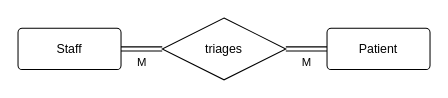
Before: lab09/docs/erd.drawio in TheUncleLake/emergency_waitlist, a draw.io diagram. Source tidied: cells renumbered, new cells numbered last; positions are measured from the earlier drawing's top-left corner, leaving out a move shared by most shapes. Both pictures are drawn from the tidied source at 103%, with x=0, y=0 at pixel (18, 18).
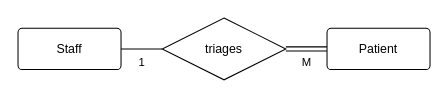
The same page after the edit.

Commit message (it also covers changes not shown here):
fixed the erd, and listed attributes

The edit, as a diff of the source:
```diff
@@
 <mxGraphModel>
   <root>
     <mxCell id="0" />
     <mxCell id="1" parent="0" />
     <mxCell id="2" value="Patient" style="rounded=1;arcSize=10;whiteSpace=wrap;html=1;align=center;" parent="1" vertex="1">
       <mxGeometry x="300" y="10" width="100" height="40" as="geometry" />
     </mxCell>
     <mxCell id="3" value="Staff" style="rounded=1;arcSize=10;whiteSpace=wrap;html=1;align=center;" parent="1" vertex="1">
       <mxGeometry y="10" width="100" height="40" as="geometry" />
     </mxCell>
     <mxCell id="4" value="M" style="edgeStyle=orthogonalEdgeStyle;rounded=0;jettySize=auto;html=1;entryX=0;entryY=0.5;entryDx=0;entryDy=0;shape=link;verticalAlign=top;" parent="1" edge="1" source="6" target="2">
       <mxGeometry relative="1" as="geometry" />
     </mxCell>
-    <mxCell id="5" value="M" style="edgeStyle=orthogonalEdgeStyle;rounded=0;jettySize=auto;html=1;entryX=1;entryY=0.5;entryDx=0;entryDy=0;shape=link;verticalAlign=top;" parent="1" edge="1" source="6" target="3">
+    <mxCell id="5" value="1" style="edgeStyle=orthogonalEdgeStyle;rounded=0;jettySize=auto;html=1;entryX=1;entryY=0.5;entryDx=0;entryDy=0;verticalAlign=top;endArrow=none;endFill=0;" parent="1" edge="1" source="6" target="3">
       <mxGeometry relative="1" as="geometry" />
     </mxCell>
     <mxCell id="6" value="triages" style="shape=rhombus;perimeter=rhombusPerimeter;whiteSpace=wrap;html=1;align=center;" parent="1" vertex="1">
       <mxGeometry x="140" width="120" height="60" as="geometry" />
     </mxCell>
   </root>
 </mxGraphModel>
```
